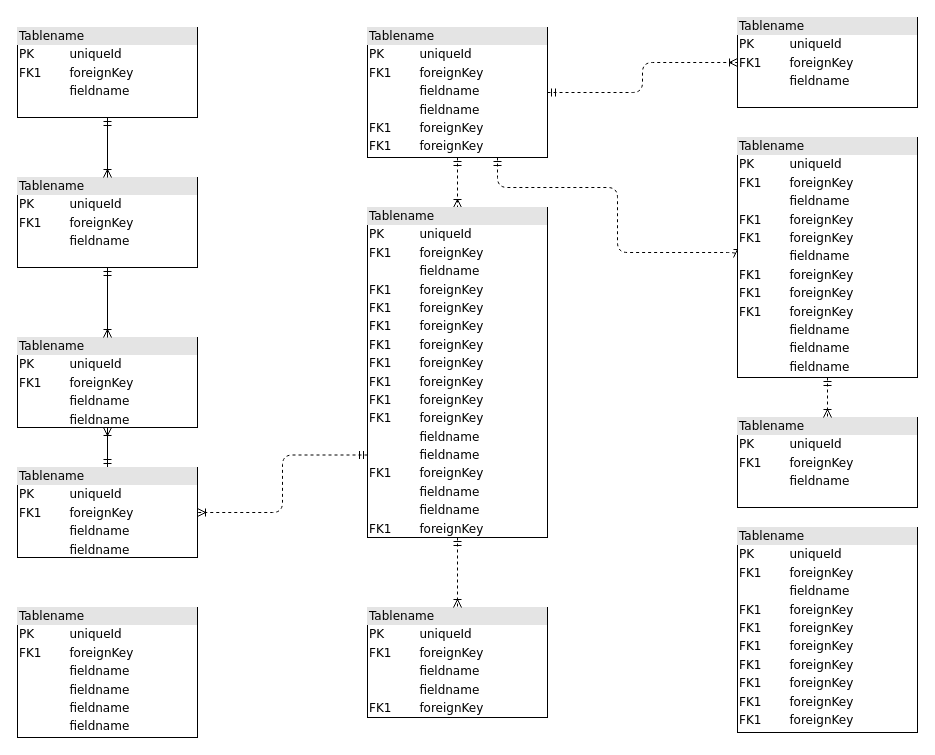
The draw.io diagram Untitled Diagram.drawio in m-ara01/m-ara01.github.io, before the edit. Source tidied: cells renumbered, new cells numbered last; positions are measured from the earlier drawing's top-left corner, leaving out a move shared by most shapes. Both pictures are drawn from the tidied source at 100%, with x=0, y=0 at pixel (17, 17).
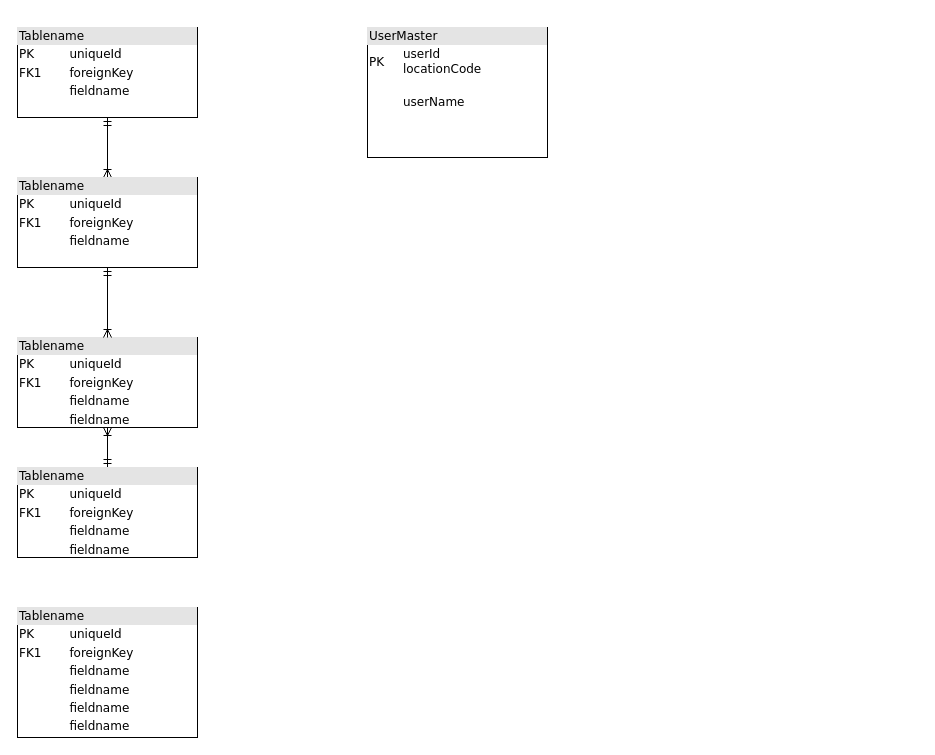
Above is the later version.

The change refers to these unchanged cells:
```xml
<mxCell id="9" value="&lt;div style=&quot;box-sizing: border-box ; width: 100% ; background: #e4e4e4 ; padding: 2px&quot;&gt;Tablename&lt;/div&gt;&lt;table style=&quot;width: 100% ; font-size: 1em&quot; cellpadding=&quot;2&quot; cellspacing=&quot;0&quot;&gt;&lt;tbody&gt;&lt;tr&gt;&lt;td&gt;PK&lt;/td&gt;&lt;td&gt;uniqueId&lt;/td&gt;&lt;/tr&gt;&lt;tr&gt;&lt;td&gt;FK1&lt;/td&gt;&lt;td&gt;foreignKey&lt;/td&gt;&lt;/tr&gt;&lt;tr&gt;&lt;td&gt;&lt;/td&gt;&lt;td&gt;fieldname&lt;/td&gt;&lt;/tr&gt;&lt;tr&gt;&lt;td&gt;&lt;br&gt;&lt;/td&gt;&lt;td&gt;fieldname&lt;br&gt;&lt;/td&gt;&lt;/tr&gt;&lt;/tbody&gt;&lt;/table&gt;" style="verticalAlign=top;align=left;overflow=fill;html=1;rounded=0;shadow=0;comic=0;labelBackgroundColor=none;strokeWidth=1;fontFamily=Verdana;fontSize=12;" parent="1" vertex="1">
  <mxGeometry y="450" width="180" height="90" as="geometry" />
</mxCell>
<mxCell id="12" value="&lt;div style=&quot;box-sizing:border-box;width:100%;background:#e4e4e4;padding:2px;&quot;&gt;Tablename&lt;/div&gt;&lt;table style=&quot;width:100%;font-size:1em;&quot; cellpadding=&quot;2&quot; cellspacing=&quot;0&quot;&gt;&lt;tr&gt;&lt;td&gt;PK&lt;/td&gt;&lt;td&gt;uniqueId&lt;/td&gt;&lt;/tr&gt;&lt;tr&gt;&lt;td&gt;FK1&lt;/td&gt;&lt;td&gt;foreignKey&lt;/td&gt;&lt;/tr&gt;&lt;tr&gt;&lt;td&gt;&lt;/td&gt;&lt;td&gt;fieldname&lt;/td&gt;&lt;/tr&gt;&lt;/table&gt;" style="verticalAlign=top;align=left;overflow=fill;html=1;rounded=0;shadow=0;comic=0;labelBackgroundColor=none;strokeWidth=1;fontFamily=Verdana;fontSize=12;" parent="1" vertex="1">
  <mxGeometry y="160" width="180" height="90" as="geometry" />
</mxCell>
```

Diff of the diagram source:
```diff
@@
-    <mxCell id="2" value="&lt;div style=&quot;box-sizing:border-box;width:100%;background:#e4e4e4;padding:2px;&quot;&gt;Tablename&lt;/div&gt;&lt;table style=&quot;width:100%;font-size:1em;&quot; cellpadding=&quot;2&quot; cellspacing=&quot;0&quot;&gt;&lt;tr&gt;&lt;td&gt;PK&lt;/td&gt;&lt;td&gt;uniqueId&lt;/td&gt;&lt;/tr&gt;&lt;tr&gt;&lt;td&gt;FK1&lt;/td&gt;&lt;td&gt;foreignKey&lt;/td&gt;&lt;/tr&gt;&lt;tr&gt;&lt;td&gt;&lt;/td&gt;&lt;td&gt;fieldname&lt;/td&gt;&lt;/tr&gt;&lt;/table&gt;" style="verticalAlign=top;align=left;overflow=fill;html=1;rounded=0;shadow=0;comic=0;labelBackgroundColor=none;strokeWidth=1;fontFamily=Verdana;fontSize=12;" parent="1" vertex="1">
+    <mxCell id="2" value="&lt;div style=&quot;box-sizing: border-box ; width: 100% ; background: #e4e4e4 ; padding: 2px&quot;&gt;Tablename&lt;/div&gt;&lt;table style=&quot;width: 100% ; font-size: 1em&quot; cellpadding=&quot;2&quot; cellspacing=&quot;0&quot;&gt;&lt;tbody&gt;&lt;tr&gt;&lt;td&gt;PK&lt;/td&gt;&lt;td&gt;uniqueId&lt;/td&gt;&lt;/tr&gt;&lt;tr&gt;&lt;td&gt;FK1&lt;/td&gt;&lt;td&gt;foreignKey&lt;/td&gt;&lt;/tr&gt;&lt;tr&gt;&lt;td&gt;&lt;/td&gt;&lt;td&gt;fieldname&lt;br&gt;&lt;/td&gt;&lt;/tr&gt;&lt;/tbody&gt;&lt;/table&gt;" style="verticalAlign=top;align=left;overflow=fill;html=1;rounded=0;shadow=0;comic=0;labelBackgroundColor=none;strokeWidth=1;fontFamily=Verdana;fontSize=12;" parent="1" vertex="1">
       <mxGeometry y="10" width="180" height="90" as="geometry" />
     </mxCell>
-    <mxCell id="3" style="edgeStyle=orthogonalEdgeStyle;html=1;entryX=0.5;entryY=0;dashed=1;labelBackgroundColor=none;startArrow=ERmandOne;endArrow=ERoneToMany;fontFamily=Verdana;fontSize=12;align=left;" parent="1" edge="1" source="6" target="16">
-      <mxGeometry relative="1" as="geometry" />
-    </mxCell>
-    <mxCell id="4" style="edgeStyle=orthogonalEdgeStyle;html=1;dashed=1;labelBackgroundColor=none;startArrow=ERmandOne;endArrow=ERoneToMany;fontFamily=Verdana;fontSize=12;align=left;entryX=0;entryY=0.5;" parent="1" edge="1" source="6" target="19">
-      <mxGeometry relative="1" as="geometry">
-        <Array as="points">
-          <mxPoint x="480" y="170" />
-          <mxPoint x="600" y="170" />
-          <mxPoint x="600" y="235" />
-        </Array>
-      </mxGeometry>
-    </mxCell>
-    <mxCell id="5" style="edgeStyle=orthogonalEdgeStyle;html=1;dashed=1;labelBackgroundColor=none;startArrow=ERmandOne;endArrow=ERoneToMany;fontFamily=Verdana;fontSize=12;align=left;" parent="1" edge="1" source="6" target="20">
-      <mxGeometry relative="1" as="geometry" />
-    </mxCell>
-    <mxCell id="6" value="&lt;div style=&quot;box-sizing: border-box ; width: 100% ; background: #e4e4e4 ; padding: 2px&quot;&gt;Tablename&lt;/div&gt;&lt;table style=&quot;width: 100% ; font-size: 1em&quot; cellpadding=&quot;2&quot; cellspacing=&quot;0&quot;&gt;&lt;tbody&gt;&lt;tr&gt;&lt;td&gt;PK&lt;/td&gt;&lt;td&gt;uniqueId&lt;/td&gt;&lt;/tr&gt;&lt;tr&gt;&lt;td&gt;FK1&lt;/td&gt;&lt;td&gt;foreignKey&lt;/td&gt;&lt;/tr&gt;&lt;tr&gt;&lt;td&gt;&lt;/td&gt;&lt;td&gt;fieldname&lt;/td&gt;&lt;/tr&gt;&lt;tr&gt;&lt;td&gt;&lt;br&gt;&lt;/td&gt;&lt;td&gt;fieldname&lt;br&gt;&lt;/td&gt;&lt;/tr&gt;&lt;tr&gt;&lt;td&gt;FK1&lt;br&gt;&lt;/td&gt;&lt;td&gt;foreignKey&lt;br&gt;&lt;/td&gt;&lt;/tr&gt;&lt;tr&gt;&lt;td&gt;FK1&lt;br&gt;&lt;/td&gt;&lt;td&gt;foreignKey&lt;br&gt;&lt;/td&gt;&lt;/tr&gt;&lt;/tbody&gt;&lt;/table&gt;" style="verticalAlign=top;align=left;overflow=fill;html=1;rounded=0;shadow=0;comic=0;labelBackgroundColor=none;strokeWidth=1;fontFamily=Verdana;fontSize=12;" parent="1" vertex="1">
+    <mxCell id="6" value="&lt;div style=&quot;box-sizing: border-box ; width: 100% ; background: #e4e4e4 ; padding: 2px&quot;&gt;UserMaster&lt;/div&gt;&lt;table style=&quot;width: 100% ; font-size: 1em&quot; cellpadding=&quot;2&quot; cellspacing=&quot;0&quot;&gt;&lt;tbody&gt;&lt;tr&gt;&lt;td&gt;PK&lt;/td&gt;&lt;td&gt;userId&lt;br&gt;locationCode&lt;/td&gt;&lt;/tr&gt;&lt;tr&gt;&lt;td&gt;&lt;br&gt;&lt;/td&gt;&lt;td&gt;&lt;br&gt;userName&lt;br&gt;&lt;br&gt;&lt;/td&gt;&lt;/tr&gt;&lt;tr&gt;&lt;td&gt;&lt;/td&gt;&lt;td&gt;&lt;/td&gt;&lt;/tr&gt;&lt;/tbody&gt;&lt;/table&gt;" style="verticalAlign=top;align=left;overflow=fill;html=1;rounded=0;shadow=0;comic=0;labelBackgroundColor=none;strokeWidth=1;fontFamily=Verdana;fontSize=12;" parent="1" vertex="1">
       <mxGeometry x="350" y="10" width="180" height="130" as="geometry" />
     </mxCell>
@@
-    <mxCell id="8" style="edgeStyle=orthogonalEdgeStyle;html=1;exitX=0;exitY=0.75;entryX=1;entryY=0.5;dashed=1;labelBackgroundColor=none;startArrow=ERmandOne;endArrow=ERoneToMany;fontFamily=Verdana;fontSize=12;align=left;" parent="1" edge="1" source="16" target="9">
-      <mxGeometry relative="1" as="geometry" />
-    </mxCell>
@@
+    <mxCell id="23" style="edgeStyle=orthogonalEdgeStyle;rounded=0;jettySize=auto;html=1;exitX=0.5;exitY=0;exitDx=0;exitDy=0;entryX=0.5;entryY=1;entryDx=0;entryDy=0;endArrow=ERmandOne;endFill=0;startArrow=ERoneToMany;startFill=0;" parent="1" edge="1" source="12" target="2">
+      <mxGeometry relative="1" as="geometry" />
+    </mxCell>
@@
-    <mxCell id="13" value="&lt;div style=&quot;box-sizing: border-box ; width: 100% ; background: #e4e4e4 ; padding: 2px&quot;&gt;Tablename&lt;/div&gt;&lt;table style=&quot;width: 100% ; font-size: 1em&quot; cellpadding=&quot;2&quot; cellspacing=&quot;0&quot;&gt;&lt;tbody&gt;&lt;tr&gt;&lt;td&gt;PK&lt;/td&gt;&lt;td&gt;uniqueId&lt;/td&gt;&lt;/tr&gt;&lt;tr&gt;&lt;td&gt;FK1&lt;/td&gt;&lt;td&gt;foreignKey&lt;/td&gt;&lt;/tr&gt;&lt;tr&gt;&lt;td&gt;&lt;/td&gt;&lt;td&gt;fieldname&lt;/td&gt;&lt;/tr&gt;&lt;tr&gt;&lt;td&gt;FK1&lt;br&gt;&lt;/td&gt;&lt;td&gt;foreignKey&lt;br&gt;&lt;/td&gt;&lt;/tr&gt;&lt;tr&gt;&lt;td&gt;FK1&lt;br&gt;&lt;/td&gt;&lt;td&gt;foreignKey&lt;br&gt;&lt;/td&gt;&lt;/tr&gt;&lt;tr&gt;&lt;td&gt;FK1&lt;br&gt;&lt;/td&gt;&lt;td&gt;foreignKey&lt;br&gt;&lt;/td&gt;&lt;/tr&gt;&lt;tr&gt;&lt;td&gt;FK1&lt;br&gt;&lt;/td&gt;&lt;td&gt;foreignKey&lt;br&gt;&lt;/td&gt;&lt;/tr&gt;&lt;tr&gt;&lt;td&gt;FK1&lt;br&gt;&lt;/td&gt;&lt;td&gt;foreignKey&lt;br&gt;&lt;/td&gt;&lt;/tr&gt;&lt;tr&gt;&lt;td&gt;FK1&lt;br&gt;&lt;/td&gt;&lt;td&gt;foreignKey&lt;br&gt;&lt;/td&gt;&lt;/tr&gt;&lt;tr&gt;&lt;td&gt;FK1&lt;br&gt;&lt;/td&gt;&lt;td&gt;foreignKey&lt;br&gt;&lt;/td&gt;&lt;/tr&gt;&lt;/tbody&gt;&lt;/table&gt;" style="verticalAlign=top;align=left;overflow=fill;html=1;rounded=0;shadow=0;comic=0;labelBackgroundColor=none;strokeWidth=1;fontFamily=Verdana;fontSize=12;" parent="1" vertex="1">
-      <mxGeometry x="720" y="510" width="180" height="205" as="geometry" />
-    </mxCell>
-    <mxCell id="14" value="&lt;div style=&quot;box-sizing: border-box ; width: 100% ; background: #e4e4e4 ; padding: 2px&quot;&gt;Tablename&lt;/div&gt;&lt;table style=&quot;width: 100% ; font-size: 1em&quot; cellpadding=&quot;2&quot; cellspacing=&quot;0&quot;&gt;&lt;tbody&gt;&lt;tr&gt;&lt;td&gt;PK&lt;/td&gt;&lt;td&gt;uniqueId&lt;/td&gt;&lt;/tr&gt;&lt;tr&gt;&lt;td&gt;FK1&lt;/td&gt;&lt;td&gt;foreignKey&lt;/td&gt;&lt;/tr&gt;&lt;tr&gt;&lt;td&gt;&lt;/td&gt;&lt;td&gt;fieldname&lt;/td&gt;&lt;/tr&gt;&lt;tr&gt;&lt;td&gt;&lt;br&gt;&lt;/td&gt;&lt;td&gt;fieldname&lt;br&gt;&lt;/td&gt;&lt;/tr&gt;&lt;tr&gt;&lt;td&gt;FK1&lt;br&gt;&lt;/td&gt;&lt;td&gt;foreignKey&lt;br&gt;&lt;/td&gt;&lt;/tr&gt;&lt;/tbody&gt;&lt;/table&gt;" style="verticalAlign=top;align=left;overflow=fill;html=1;rounded=0;shadow=0;comic=0;labelBackgroundColor=none;strokeWidth=1;fontFamily=Verdana;fontSize=12;" parent="1" vertex="1">
-      <mxGeometry x="350" y="590" width="180" height="110" as="geometry" />
-    </mxCell>
-    <mxCell id="15" style="edgeStyle=orthogonalEdgeStyle;html=1;entryX=0.5;entryY=0;labelBackgroundColor=none;startArrow=ERmandOne;endArrow=ERoneToMany;fontFamily=Verdana;fontSize=12;align=left;dashed=1;" parent="1" edge="1" source="16" target="14">
-      <mxGeometry relative="1" as="geometry" />
-    </mxCell>
-    <mxCell id="16" value="&lt;div style=&quot;box-sizing: border-box ; width: 100% ; background: #e4e4e4 ; padding: 2px&quot;&gt;Tablename&lt;/div&gt;&lt;table style=&quot;width: 100% ; font-size: 1em&quot; cellpadding=&quot;2&quot; cellspacing=&quot;0&quot;&gt;&lt;tbody&gt;&lt;tr&gt;&lt;td&gt;PK&lt;/td&gt;&lt;td&gt;uniqueId&lt;/td&gt;&lt;/tr&gt;&lt;tr&gt;&lt;td&gt;FK1&lt;/td&gt;&lt;td&gt;foreignKey&lt;/td&gt;&lt;/tr&gt;&lt;tr&gt;&lt;td&gt;&lt;/td&gt;&lt;td&gt;fieldname&lt;/td&gt;&lt;/tr&gt;&lt;tr&gt;&lt;td&gt;FK1&lt;br&gt;&lt;/td&gt;&lt;td&gt;foreignKey&lt;br&gt;&lt;/td&gt;&lt;/tr&gt;&lt;tr&gt;&lt;td&gt;FK1&lt;br&gt;&lt;/td&gt;&lt;td&gt;foreignKey&lt;br&gt;&lt;/td&gt;&lt;/tr&gt;&lt;tr&gt;&lt;td&gt;FK1&lt;br&gt;&lt;/td&gt;&lt;td&gt;foreignKey&lt;br&gt;&lt;/td&gt;&lt;/tr&gt;&lt;tr&gt;&lt;td&gt;FK1&lt;br&gt;&lt;/td&gt;&lt;td&gt;foreignKey&lt;br&gt;&lt;/td&gt;&lt;/tr&gt;&lt;tr&gt;&lt;td&gt;FK1&lt;br&gt;&lt;/td&gt;&lt;td&gt;foreignKey&lt;br&gt;&lt;/td&gt;&lt;/tr&gt;&lt;tr&gt;&lt;td&gt;FK1&lt;br&gt;&lt;/td&gt;&lt;td&gt;foreignKey&lt;br&gt;&lt;/td&gt;&lt;/tr&gt;&lt;tr&gt;&lt;td&gt;FK1&lt;br&gt;&lt;/td&gt;&lt;td&gt;foreignKey&lt;br&gt;&lt;/td&gt;&lt;/tr&gt;&lt;tr&gt;&lt;td&gt;FK1&lt;br&gt;&lt;/td&gt;&lt;td&gt;foreignKey&lt;br&gt;&lt;/td&gt;&lt;/tr&gt;&lt;tr&gt;&lt;td&gt;&lt;br&gt;&lt;/td&gt;&lt;td&gt;fieldname&lt;br&gt;&lt;/td&gt;&lt;/tr&gt;&lt;tr&gt;&lt;td&gt;&lt;br&gt;&lt;/td&gt;&lt;td&gt;fieldname&lt;br&gt;&lt;/td&gt;&lt;/tr&gt;&lt;tr&gt;&lt;td&gt;FK1&lt;br&gt;&lt;/td&gt;&lt;td&gt;foreignKey&lt;br&gt;&lt;/td&gt;&lt;/tr&gt;&lt;tr&gt;&lt;td&gt;&lt;br&gt;&lt;/td&gt;&lt;td&gt;fieldname&lt;br&gt;&lt;/td&gt;&lt;/tr&gt;&lt;tr&gt;&lt;td&gt;&lt;br&gt;&lt;/td&gt;&lt;td&gt;fieldname&lt;br&gt;&lt;/td&gt;&lt;/tr&gt;&lt;tr&gt;&lt;td&gt;FK1&lt;br&gt;&lt;/td&gt;&lt;td&gt;foreignKey&lt;br&gt;&lt;/td&gt;&lt;/tr&gt;&lt;/tbody&gt;&lt;/table&gt;" style="verticalAlign=top;align=left;overflow=fill;html=1;rounded=0;shadow=0;comic=0;labelBackgroundColor=none;strokeWidth=1;fontFamily=Verdana;fontSize=12;" parent="1" vertex="1">
-      <mxGeometry x="350" y="190" width="180" height="330" as="geometry" />
-    </mxCell>
-    <mxCell id="17" value="&lt;div style=&quot;box-sizing:border-box;width:100%;background:#e4e4e4;padding:2px;&quot;&gt;Tablename&lt;/div&gt;&lt;table style=&quot;width:100%;font-size:1em;&quot; cellpadding=&quot;2&quot; cellspacing=&quot;0&quot;&gt;&lt;tr&gt;&lt;td&gt;PK&lt;/td&gt;&lt;td&gt;uniqueId&lt;/td&gt;&lt;/tr&gt;&lt;tr&gt;&lt;td&gt;FK1&lt;/td&gt;&lt;td&gt;foreignKey&lt;/td&gt;&lt;/tr&gt;&lt;tr&gt;&lt;td&gt;&lt;/td&gt;&lt;td&gt;fieldname&lt;/td&gt;&lt;/tr&gt;&lt;/table&gt;" style="verticalAlign=top;align=left;overflow=fill;html=1;rounded=0;shadow=0;comic=0;labelBackgroundColor=none;strokeWidth=1;fontFamily=Verdana;fontSize=12;" parent="1" vertex="1">
-      <mxGeometry x="720" y="400" width="180" height="90" as="geometry" />
-    </mxCell>
-    <mxCell id="18" style="edgeStyle=orthogonalEdgeStyle;html=1;entryX=0.5;entryY=0;dashed=1;labelBackgroundColor=none;startArrow=ERmandOne;endArrow=ERoneToMany;fontFamily=Verdana;fontSize=12;align=left;" parent="1" edge="1" source="19" target="17">
-      <mxGeometry relative="1" as="geometry" />
-    </mxCell>
-    <mxCell id="19" value="&lt;div style=&quot;box-sizing: border-box ; width: 100% ; background: #e4e4e4 ; padding: 2px&quot;&gt;Tablename&lt;/div&gt;&lt;table style=&quot;width: 100% ; font-size: 1em&quot; cellpadding=&quot;2&quot; cellspacing=&quot;0&quot;&gt;&lt;tbody&gt;&lt;tr&gt;&lt;td&gt;PK&lt;/td&gt;&lt;td&gt;uniqueId&lt;/td&gt;&lt;/tr&gt;&lt;tr&gt;&lt;td&gt;FK1&lt;/td&gt;&lt;td&gt;foreignKey&lt;/td&gt;&lt;/tr&gt;&lt;tr&gt;&lt;td&gt;&lt;/td&gt;&lt;td&gt;fieldname&lt;/td&gt;&lt;/tr&gt;&lt;tr&gt;&lt;td&gt;FK1&lt;br&gt;&lt;/td&gt;&lt;td&gt;foreignKey&lt;br&gt;&lt;/td&gt;&lt;/tr&gt;&lt;tr&gt;&lt;td&gt;FK1&lt;br&gt;&lt;/td&gt;&lt;td&gt;foreignKey&lt;br&gt;&lt;/td&gt;&lt;/tr&gt;&lt;tr&gt;&lt;td&gt;&lt;br&gt;&lt;/td&gt;&lt;td&gt;fieldname&lt;br&gt;&lt;/td&gt;&lt;/tr&gt;&lt;tr&gt;&lt;td&gt;FK1&lt;br&gt;&lt;/td&gt;&lt;td&gt;foreignKey&lt;br&gt;&lt;/td&gt;&lt;/tr&gt;&lt;tr&gt;&lt;td&gt;FK1&lt;br&gt;&lt;/td&gt;&lt;td&gt;foreignKey&lt;br&gt;&lt;/td&gt;&lt;/tr&gt;&lt;tr&gt;&lt;td&gt;FK1&lt;br&gt;&lt;/td&gt;&lt;td&gt;foreignKey&lt;br&gt;&lt;/td&gt;&lt;/tr&gt;&lt;tr&gt;&lt;td&gt;&lt;br&gt;&lt;/td&gt;&lt;td&gt;fieldname&lt;br&gt;&lt;/td&gt;&lt;/tr&gt;&lt;tr&gt;&lt;td&gt;&lt;br&gt;&lt;/td&gt;&lt;td&gt;fieldname&lt;br&gt;&lt;/td&gt;&lt;/tr&gt;&lt;tr&gt;&lt;td&gt;&lt;br&gt;&lt;/td&gt;&lt;td&gt;fieldname&lt;br&gt;&lt;/td&gt;&lt;/tr&gt;&lt;/tbody&gt;&lt;/table&gt;" style="verticalAlign=top;align=left;overflow=fill;html=1;rounded=0;shadow=0;comic=0;labelBackgroundColor=none;strokeWidth=1;fontFamily=Verdana;fontSize=12;" parent="1" vertex="1">
-      <mxGeometry x="720" y="120" width="180" height="240" as="geometry" />
-    </mxCell>
-    <mxCell id="20" value="&lt;div style=&quot;box-sizing:border-box;width:100%;background:#e4e4e4;padding:2px;&quot;&gt;Tablename&lt;/div&gt;&lt;table style=&quot;width:100%;font-size:1em;&quot; cellpadding=&quot;2&quot; cellspacing=&quot;0&quot;&gt;&lt;tr&gt;&lt;td&gt;PK&lt;/td&gt;&lt;td&gt;uniqueId&lt;/td&gt;&lt;/tr&gt;&lt;tr&gt;&lt;td&gt;FK1&lt;/td&gt;&lt;td&gt;foreignKey&lt;/td&gt;&lt;/tr&gt;&lt;tr&gt;&lt;td&gt;&lt;/td&gt;&lt;td&gt;fieldname&lt;/td&gt;&lt;/tr&gt;&lt;/table&gt;" style="verticalAlign=top;align=left;overflow=fill;html=1;rounded=0;shadow=0;comic=0;labelBackgroundColor=none;strokeWidth=1;fontFamily=Verdana;fontSize=12;" parent="1" vertex="1">
-      <mxGeometry x="720" width="180" height="90" as="geometry" />
-    </mxCell>
@@
-    <mxCell id="22" style="edgeStyle=orthogonalEdgeStyle;html=1;endArrow=ERoneToMany;startArrow=ERmandOne;labelBackgroundColor=none;fontFamily=Verdana;fontSize=12;align=left;exitX=0.5;exitY=1;entryX=0.5;entryY=0;" parent="1" edge="1" source="2" target="12">
-      <mxGeometry relative="1" as="geometry" />
-    </mxCell>
```
